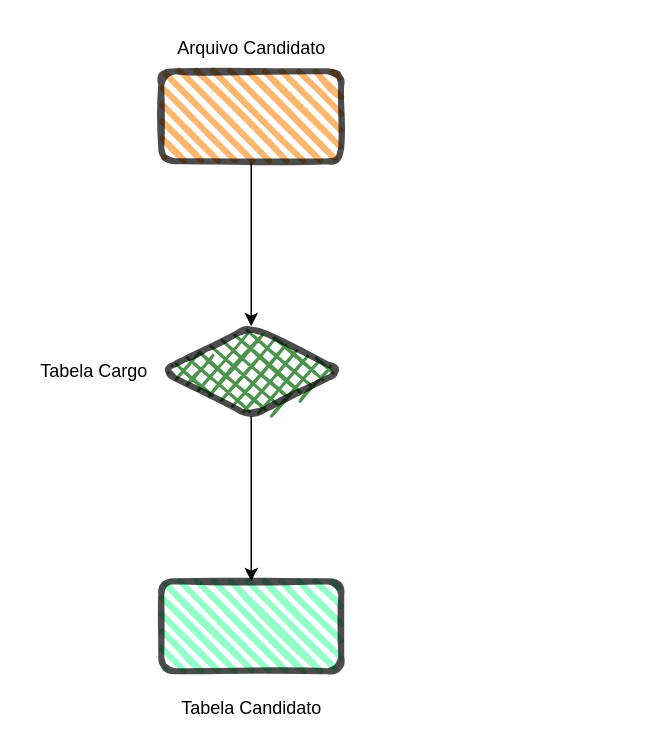
This is Diagrama_Fluxo_2.drawio from dbaassists/Palestra, a draw.io file, before an edit. Source tidied: cells renumbered, new cells numbered last; positions are measured from the earlier drawing's top-left corner, leaving out a move shared by most shapes. Both pictures are drawn from the tidied source at 150%, with x=0, y=0 at pixel (26, 26).
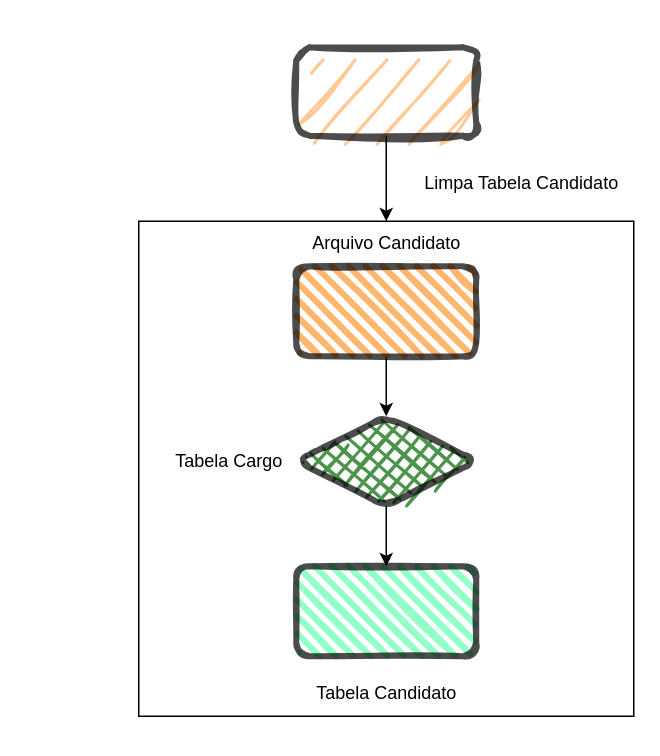
Above is the later version.

What changed in the source:
```diff
@@
 <mxGraphModel>
   <root>
     <mxCell id="0" />
     <mxCell id="1" parent="0" />
+    <mxCell id="10" style="whiteSpace=wrap;html=1;" parent="1" vertex="1">
+      <mxGeometry x="75" y="130" width="330" height="330" as="geometry" />
+    </mxCell>
     <mxCell id="2" style="edgeStyle=orthogonalEdgeStyle;rounded=0;jettySize=auto;html=1;" parent="1" edge="1" source="3" target="4">
       <mxGeometry relative="1" as="geometry" />
     </mxCell>
     <mxCell id="3" style="rhombus;whiteSpace=wrap;html=1;strokeWidth=4;fillWeight=-1;hachureGap=8;fillStyle=cross-hatch;fillColor=#006600;sketch=1;rounded=1;opacity=70;" parent="1" vertex="1">
-      <mxGeometry x="90" y="200" width="120" height="60" as="geometry" />
+      <mxGeometry x="180" y="260" width="120" height="60" as="geometry" />
     </mxCell>
     <mxCell id="4" style="rounded=1;whiteSpace=wrap;html=1;strokeWidth=4;fillWeight=4;hachureGap=8;hachureAngle=45;fillColor=#66FFB3;sketch=1;opacity=70;" parent="1" vertex="1">
-      <mxGeometry x="90" y="370" width="120" height="60" as="geometry" />
+      <mxGeometry x="180" y="360" width="120" height="60" as="geometry" />
     </mxCell>
     <mxCell id="5" style="edgeStyle=orthogonalEdgeStyle;rounded=0;jettySize=auto;html=1;" parent="1" edge="1" source="6" target="3">
       <mxGeometry relative="1" as="geometry" />
     </mxCell>
     <mxCell id="6" style="rounded=1;whiteSpace=wrap;html=1;strokeWidth=4;fillWeight=4;hachureGap=8;hachureAngle=45;fillColor=#FF9933;sketch=1;opacity=70;" parent="1" vertex="1">
-      <mxGeometry x="90" y="30" width="120" height="60" as="geometry" />
+      <mxGeometry x="180" y="160" width="120" height="60" as="geometry" />
     </mxCell>
     <mxCell id="7" value="Tabela Candidato" style="text;html=1;align=center;verticalAlign=middle;strokeColor=none;fillColor=none;rounded=1;" parent="1" vertex="1">
-      <mxGeometry x="90" y="440" width="120" height="30" as="geometry" />
+      <mxGeometry x="180" y="430" width="120" height="30" as="geometry" />
     </mxCell>
     <mxCell id="8" value="Arquivo Candidato" style="text;html=1;align=center;verticalAlign=middle;points=[];strokeColor=none;fillColor=none;rounded=1;" parent="1" vertex="1">
-      <mxGeometry x="90" width="120" height="30" as="geometry" />
+      <mxGeometry x="180" y="130" width="120" height="30" as="geometry" />
     </mxCell>
     <mxCell id="9" value="Tabela Cargo" style="text;html=1;align=center;verticalAlign=middle;strokeColor=none;fillColor=none;rounded=1;" parent="1" vertex="1">
-      <mxGeometry y="215" width="90" height="30" as="geometry" />
+      <mxGeometry x="90" y="275" width="90" height="30" as="geometry" />
     </mxCell>
+    <mxCell id="11" style="edgeStyle=orthogonalEdgeStyle;rounded=0;jettySize=auto;html=1;" parent="1" edge="1" source="12" target="8">
+      <mxGeometry relative="1" as="geometry" />
+    </mxCell>
+    <mxCell id="12" style="rounded=1;whiteSpace=wrap;html=1;gradientColor=none;sketch=1;curveFitting=1;jiggle=2;fillColor=#FFB366;strokeWidth=4;opacity=70;shadow=0;glass=0;" parent="1" vertex="1">
+      <mxGeometry x="180" y="14" width="120" height="59" as="geometry" />
+    </mxCell>
+    <mxCell id="13" value="Limpa Tabela Candidato" style="text;html=1;align=center;verticalAlign=middle;strokeColor=none;fillColor=none;rounded=1;" parent="1" vertex="1">
+      <mxGeometry x="255" y="90" width="150" height="30" as="geometry" />
+    </mxCell>
   </root>
 </mxGraphModel>
```
